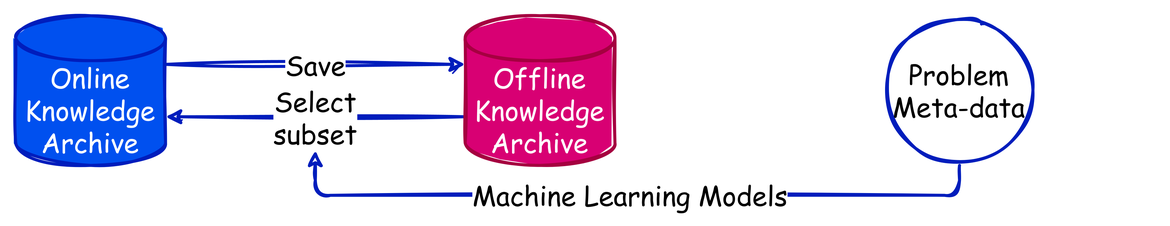
The draw.io diagram img-readme/detailed-on-off.png in Y1fanHE/kdps-arm, before a commit. Source tidied: cells renumbered, new cells last; positions are measured from the earlier drawing's top-left corner, leaving out a move shared by most shapes.
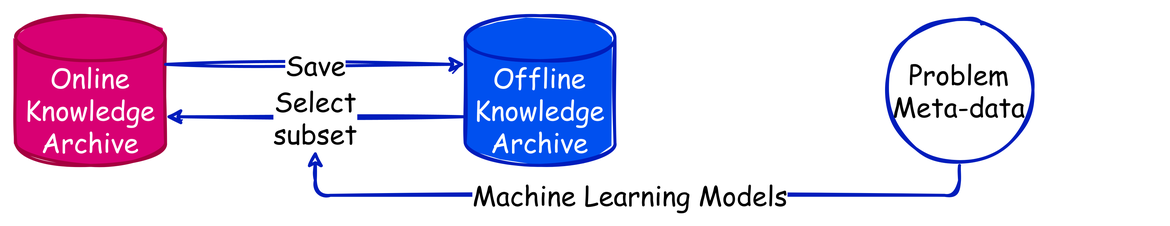
The same diagram one commit later.

The edit, as a diff of the source:
```diff
@@ -8,13 +8,13 @@
     <mxCell id="3" style="rounded=0;whiteSpace=wrap;html=1;strokeColor=none;fillColor=none;" parent="2" vertex="1">
       <mxGeometry width="780" height="150" as="geometry" />
     </mxCell>
-    <mxCell id="4" value="&lt;div style=&quot;font-size: 18px&quot;&gt;Online&lt;/div&gt;&lt;div style=&quot;font-size: 18px&quot;&gt;Knowledge&lt;/div&gt;&lt;div style=&quot;font-size: 18px&quot;&gt;Archive&lt;/div&gt;" style="shape=cylinder3;whiteSpace=wrap;html=1;boundedLbl=1;backgroundOutline=1;size=15;fontFamily=Comic Sans MS;fontSize=18;sketch=1;strokeWidth=2;fillColor=#0050ef;fontColor=#ffffff;strokeColor=#001DBC;fillStyle=solid;" parent="2" vertex="1">
+    <mxCell id="4" value="&lt;div style=&quot;font-size: 18px&quot;&gt;Online&lt;/div&gt;&lt;div style=&quot;font-size: 18px&quot;&gt;Knowledge&lt;/div&gt;&lt;div style=&quot;font-size: 18px&quot;&gt;Archive&lt;/div&gt;" style="shape=cylinder3;whiteSpace=wrap;html=1;boundedLbl=1;backgroundOutline=1;size=15;fontFamily=Comic Sans MS;fontSize=18;sketch=1;strokeWidth=2;fillColor=#d80073;fontColor=#ffffff;strokeColor=#A50040;fillStyle=solid;" parent="2" vertex="1">
       <mxGeometry x="10" y="10" width="100" height="100" as="geometry" />
     </mxCell>
     <mxCell id="5" value="&lt;div&gt;Select&lt;/div&gt;&lt;div&gt;subset&lt;/div&gt;" style="edgeStyle=orthogonalEdgeStyle;rounded=1;sketch=1;jettySize=auto;html=1;fontFamily=Comic Sans MS;fontSize=18;strokeWidth=2;exitX=0;exitY=0;exitDx=0;exitDy=67.5;exitPerimeter=0;entryX=1;entryY=0;entryDx=0;entryDy=67.5;entryPerimeter=0;fillColor=#0050ef;strokeColor=#001DBC;" parent="2" edge="1" source="6" target="4">
       <mxGeometry relative="1" as="geometry" />
     </mxCell>
-    <mxCell id="6" value="&lt;div style=&quot;font-size: 18px&quot;&gt;Offline&lt;/div&gt;&lt;div style=&quot;font-size: 18px&quot;&gt;Knowledge&lt;/div&gt;&lt;div style=&quot;font-size: 18px&quot;&gt;Archive&lt;/div&gt;" style="shape=cylinder3;whiteSpace=wrap;html=1;boundedLbl=1;backgroundOutline=1;size=15;fontFamily=Comic Sans MS;fontSize=18;sketch=1;strokeWidth=2;fillColor=#d80073;fontColor=#ffffff;strokeColor=#A50040;fillStyle=solid;" parent="2" vertex="1">
+    <mxCell id="6" value="&lt;div style=&quot;font-size: 18px&quot;&gt;Offline&lt;/div&gt;&lt;div style=&quot;font-size: 18px&quot;&gt;Knowledge&lt;/div&gt;&lt;div style=&quot;font-size: 18px&quot;&gt;Archive&lt;/div&gt;" style="shape=cylinder3;whiteSpace=wrap;html=1;boundedLbl=1;backgroundOutline=1;size=15;fontFamily=Comic Sans MS;fontSize=18;sketch=1;strokeWidth=2;fillColor=#0050ef;fontColor=#ffffff;strokeColor=#001DBC;fillStyle=solid;" parent="2" vertex="1">
       <mxGeometry x="310" y="10" width="100" height="100" as="geometry" />
     </mxCell>
     <mxCell id="7" value="Save" style="edgeStyle=orthogonalEdgeStyle;rounded=1;sketch=1;jettySize=auto;html=1;fontFamily=Comic Sans MS;fontSize=18;strokeWidth=2;exitX=1;exitY=0;exitDx=0;exitDy=32.5;exitPerimeter=0;entryX=0;entryY=0;entryDx=0;entryDy=32.5;entryPerimeter=0;fillColor=#0050ef;strokeColor=#001DBC;" parent="2" edge="1" source="4" target="6">
```
